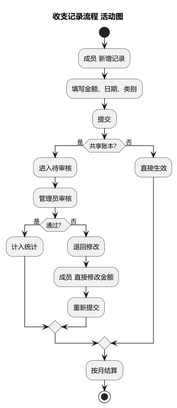
This is UML/UML活动图.png from LinRuhai328/SE_Project2, a PlantUML export, as it was before one commit. Source of this version:
```plantuml
@startuml UML活动图
!pragma layout smetana
skinparam defaultFontName "Microsoft YaHei"
skinparam shadowing false

title 收支记录流程 活动图

start
:成员 新增记录;
:填写金额、日期、类别;
:提交;
if (共享账本？) then (是)
  :进入待审核;
  :管理员审核;
  if (通过？) then (是)
    :计入统计;
  else (否)
    :退回修改;
    :成员 直接修改金额;
    :重新提交;
  endif
else (否)
  :直接生效;
endif
:按月结算;
stop

@enduml
```
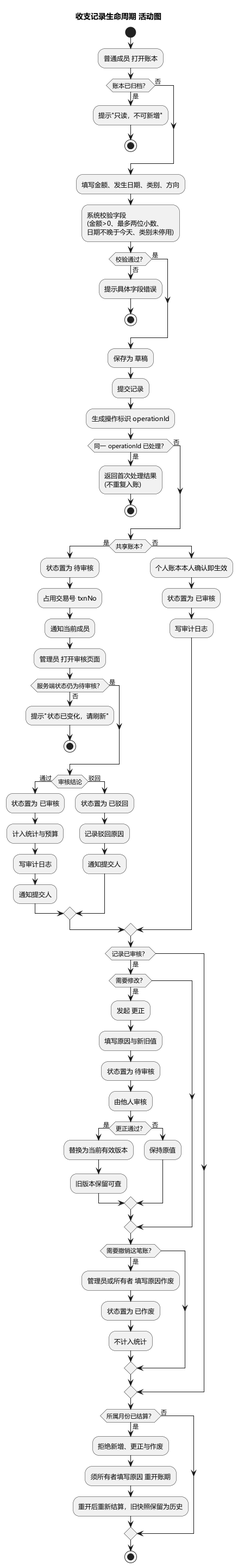
The same diagram one commit later.

Commit message:
fix(uml): 更正改为独立状态，补 operationId 幂等与状态冲突分支

Diff of the diagram source:
```diff
@@ -3,26 +3,86 @@
 skinparam defaultFontName "Microsoft YaHei"
 skinparam shadowing false
 
-title 收支记录流程 活动图
+title 收支记录生命周期 活动图
 
 start
-:成员 新增记录;
-:填写金额、日期、类别;
-:提交;
+:普通成员 打开账本;
+if (账本已归档？) then (是)
+  :提示"只读，不可新增";
+  stop
+else (否)
+endif
+
+:填写金额、发生日期、类别、方向;
+:系统校验字段\n(金额>0、最多两位小数、\n日期不晚于今天、类别未停用);
+if (校验通过？) then (否)
+  :提示具体字段错误;
+  stop
+else (是)
+endif
+
+:保存为 草稿;
+:提交记录;
+:生成操作标识 operationId;
+if (同一 operationId 已处理？) then (是)
+  :返回首次处理结果\n(不重复入账);
+  stop
+else (否)
+endif
+
 if (共享账本？) then (是)
-  :进入待审核;
-  :管理员审核;
-  if (通过？) then (是)
-    :计入统计;
-  else (否)
-    :退回修改;
-    :成员 直接修改金额;
-    :重新提交;
+  :状态置为 待审核;
+  :占用交易号 txnNo;
+  :通知当前成员;
+  :管理员 打开审核页面;
+  if (服务端状态仍为待审核？) then (否)
+    :提示"状态已变化，请刷新";
+    stop
+  else (是)
+  endif
+  if (审核结论) then (通过)
+    :状态置为 已审核;
+    :计入统计与预算;
+    :写审计日志;
+    :通知提交人;
+  else (驳回)
+    :状态置为 已驳回;
+    :记录驳回原因;
+    :通知提交人;
   endif
 else (否)
-  :直接生效;
+  :个人账本本人确认即生效;
+  :状态置为 已审核;
+  :写审计日志;
 endif
-:按月结算;
+
+if (记录已审核？ ) then (是)
+  if (需要修改？) then (是)
+    :发起 更正;
+    :填写原因与新旧值;
+    :状态置为 待审核;
+    :由他人审核;
+    if (更正通过？) then (是)
+      :替换为当前有效版本;
+      :旧版本保留可查;
+    else (否)
+      :保持原值;
+    endif
+  endif
+  if (需要撤销这笔账？) then (是)
+    :管理员或所有者 填写原因作废;
+    :状态置为 已作废;
+    :不计入统计;
+  endif
+endif
+
+if (所属月份已结算？) then (是)
+  :拒绝新增、更正与作废;
+  :须所有者填写原因 重开账期;
+  :重开后重新结算，旧快照保留为历史;
+else (否)
+endif
+
 stop
 
 @enduml
```
